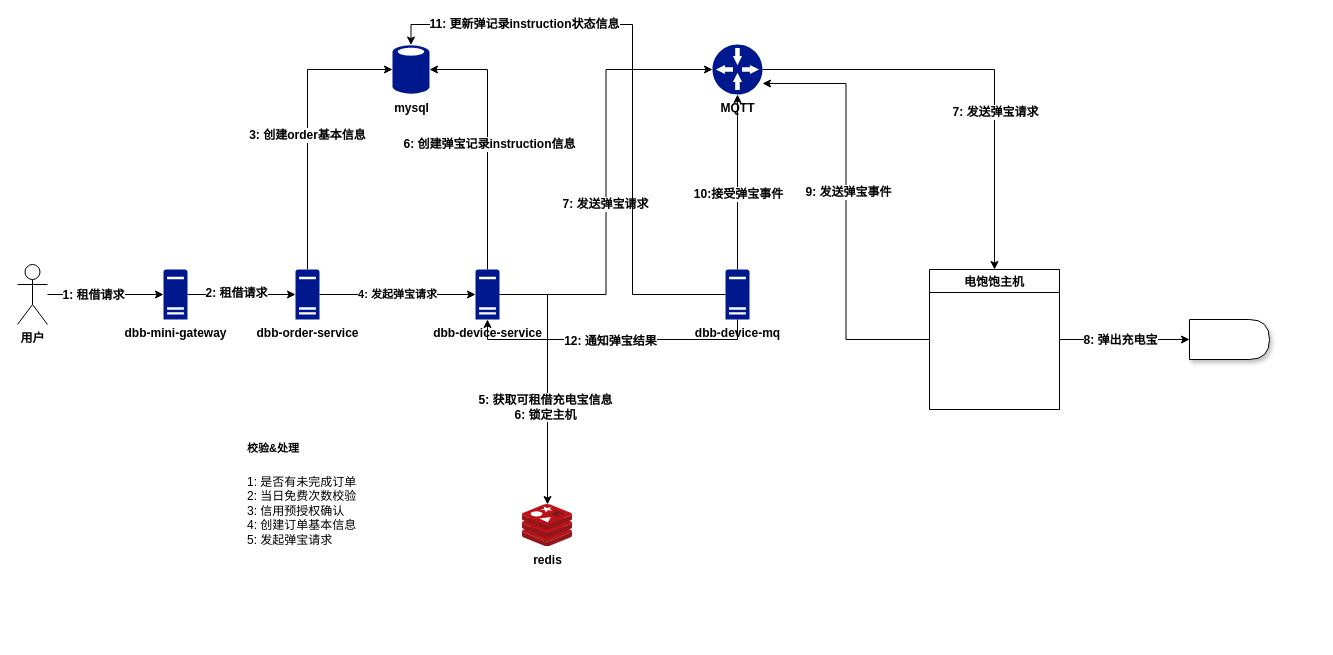
The draw.io diagram dbb work flow.drawio in unmurphy/markdown-photo, before the edit. Source tidied: cells renumbered, new cells numbered last; positions are measured from the earlier drawing's top-left corner, leaving out a move shared by most shapes. Both pictures are drawn from the tidied source at 100%, with x=0, y=0 at pixel (17, 24).
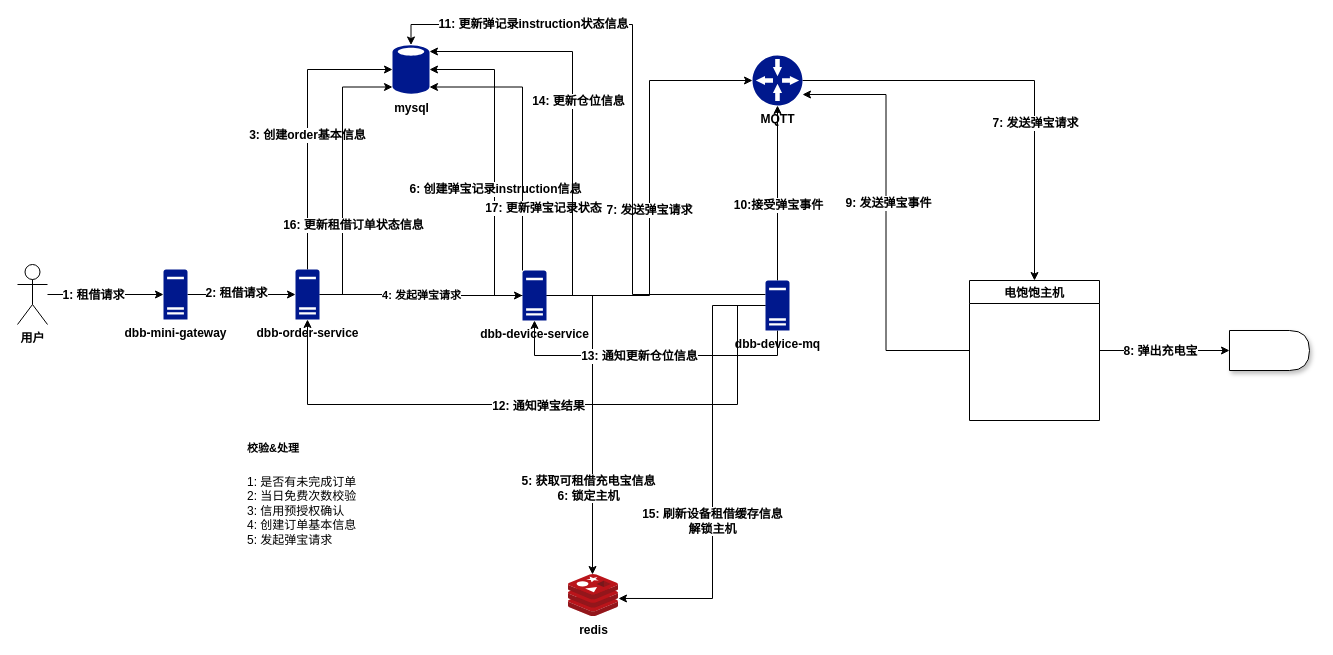
After the change.

The change refers to these unchanged cells:
```xml
<mxCell id="17" value="dbb-order-service" style="shadow=0;dashed=0;html=1;strokeColor=none;labelPosition=center;verticalLabelPosition=bottom;verticalAlign=top;align=center;fillColor=#00188D;shape=mxgraph.mscae.enterprise.server_generic;fontStyle=1;" parent="1" vertex="1">
  <mxGeometry x="278" y="245" width="24" height="50" as="geometry" />
</mxCell>
<mxCell id="28" value="mysql" style="shadow=0;dashed=0;html=1;strokeColor=none;labelPosition=center;verticalLabelPosition=bottom;verticalAlign=top;align=center;fillColor=#00188D;shape=mxgraph.mscae.enterprise.database_generic;fontStyle=1;" parent="1" vertex="1">
  <mxGeometry x="375" y="20" width="37" height="50" as="geometry" />
</mxCell>
```

Change to the diagram source:
```diff
@@
     <mxCell id="10" value="电饱饱主机" style="swimlane;" parent="1" vertex="1">
-      <mxGeometry x="912" y="245" width="130" height="140" as="geometry" />
+      <mxGeometry x="952" y="256" width="130" height="140" as="geometry" />
     </mxCell>
@@
     <mxCell id="13" value="MQTT" style="shadow=0;dashed=0;html=1;strokeColor=none;labelPosition=center;verticalLabelPosition=bottom;verticalAlign=top;align=center;fillColor=#00188D;shape=mxgraph.mscae.enterprise.gateway;fontStyle=1;" parent="1" vertex="1">
-      <mxGeometry x="695" y="20" width="50" height="50" as="geometry" />
+      <mxGeometry x="735" y="31" width="50" height="50" as="geometry" />
     </mxCell>
@@
+    <mxCell id="38" style="edgeStyle=orthogonalEdgeStyle;rounded=0;jettySize=auto;html=1;entryX=0;entryY=0.85;entryDx=0;entryDy=0;entryPerimeter=0;" parent="1" edge="1" source="17" target="28">
+      <mxGeometry relative="1" as="geometry">
+        <Array as="points">
+          <mxPoint x="325" y="270" />
+          <mxPoint x="325" y="63" />
+        </Array>
+      </mxGeometry>
+    </mxCell>
+    <mxCell id="39" value="&lt;b&gt;16: 更新租借订单状态信息&lt;/b&gt;" style="text;html=1;align=center;verticalAlign=middle;labelBackgroundColor=#ffffff;" parent="38" vertex="1">
+      <mxGeometry x="-0.12" relative="1" as="geometry">
+        <mxPoint x="10" y="30" as="offset" />
+      </mxGeometry>
+    </mxCell>
@@
     <mxCell id="18" style="edgeStyle=orthogonalEdgeStyle;rounded=0;jettySize=auto;html=1;entryX=1;entryY=0.5;entryDx=0;entryDy=0;entryPerimeter=0;" parent="1" edge="1" source="24" target="28">
       <mxGeometry relative="1" as="geometry">
         <Array as="points">
-          <mxPoint x="470" y="45" />
+          <mxPoint x="477" y="45" />
         </Array>
       </mxGeometry>
     </mxCell>
     <mxCell id="19" value="6: 创建弹宝记录instruction信息" style="text;html=1;align=center;verticalAlign=middle;labelBackgroundColor=#ffffff;fontStyle=1;" parent="18" vertex="1">
-      <mxGeometry x="-0.02" y="-1" relative="1" as="geometry" />
+      <mxGeometry x="-0.02" y="-1" relative="1" as="geometry">
+        <mxPoint x="-1" y="21" as="offset" />
+      </mxGeometry>
     </mxCell>
     <mxCell id="20" style="edgeStyle=orthogonalEdgeStyle;rounded=0;jettySize=auto;html=1;" parent="1" edge="1" source="24" target="29">
-      <mxGeometry relative="1" as="geometry" />
+      <mxGeometry relative="1" as="geometry">
+        <Array as="points">
+          <mxPoint x="575" y="271" />
+        </Array>
+      </mxGeometry>
     </mxCell>
     <mxCell id="21" value="5: 获取可租借充电宝信息&lt;br&gt;6: 锁定主机" style="text;html=1;align=center;verticalAlign=middle;labelBackgroundColor=#ffffff;fontStyle=1;" parent="20" vertex="1">
-      <mxGeometry x="0.24" y="-3" relative="1" as="geometry" />
+      <mxGeometry x="0.24" y="-3" relative="1" as="geometry">
+        <mxPoint x="-2" y="36" as="offset" />
+      </mxGeometry>
     </mxCell>
@@
+    <mxCell id="40" style="edgeStyle=orthogonalEdgeStyle;rounded=0;jettySize=auto;html=1;entryX=1;entryY=0.85;entryDx=0;entryDy=0;entryPerimeter=0;" parent="1" edge="1" source="24" target="28">
+      <mxGeometry relative="1" as="geometry">
+        <Array as="points">
+          <mxPoint x="505" y="270" />
+          <mxPoint x="505" y="63" />
+        </Array>
+      </mxGeometry>
+    </mxCell>
+    <mxCell id="41" value="17: 更新弹宝记录状态" style="text;html=1;align=center;verticalAlign=middle;labelBackgroundColor=#ffffff;fontStyle=1;" parent="40" vertex="1">
+      <mxGeometry x="-0.6" relative="1" as="geometry">
+        <mxPoint x="20" y="-8" as="offset" />
+      </mxGeometry>
+    </mxCell>
+    <mxCell id="42" style="edgeStyle=orthogonalEdgeStyle;rounded=0;jettySize=auto;html=1;entryX=1;entryY=0.14;entryDx=0;entryDy=0;entryPerimeter=0;" parent="1" edge="1" source="24" target="28">
+      <mxGeometry relative="1" as="geometry">
+        <Array as="points">
+          <mxPoint x="555" y="271" />
+          <mxPoint x="555" y="27" />
+        </Array>
+      </mxGeometry>
+    </mxCell>
+    <mxCell id="43" value="14: 更新仓位信息" style="text;html=1;align=center;verticalAlign=middle;labelBackgroundColor=#ffffff;fontStyle=1;" parent="42" vertex="1">
+      <mxGeometry x="0.07" y="1" relative="1" as="geometry">
+        <mxPoint x="6" as="offset" />
+      </mxGeometry>
+    </mxCell>
     <mxCell id="24" value="dbb-device-service" style="shadow=0;dashed=0;html=1;strokeColor=none;labelPosition=center;verticalLabelPosition=bottom;verticalAlign=top;align=center;fillColor=#00188D;shape=mxgraph.mscae.enterprise.server_generic;fontStyle=1;" parent="1" vertex="1">
-      <mxGeometry x="458" y="245" width="24" height="50" as="geometry" />
+      <mxGeometry x="505" y="246" width="24" height="50" as="geometry" />
     </mxCell>
@@
     <mxCell id="29" value="redis" style="html=1;points=[];align=center;image;fontSize=12;image=img/lib/mscae/Cache_Redis_Product.svg;fontStyle=1;" parent="1" vertex="1">
-      <mxGeometry x="505" y="480" width="50" height="42" as="geometry" />
+      <mxGeometry x="551" y="550" width="50" height="42" as="geometry" />
     </mxCell>
     <mxCell id="30" style="shape=delay;whiteSpace=wrap;html=1;shadow=1;direction=south;rotation=-90;" parent="1" vertex="1">
-      <mxGeometry x="1192" y="275" width="40" height="80" as="geometry" />
+      <mxGeometry x="1232" y="286" width="40" height="80" as="geometry" />
     </mxCell>
@@
-    <mxCell id="35" style="edgeStyle=orthogonalEdgeStyle;rounded=0;jettySize=auto;html=1;entryX=0.5;entryY=1;entryDx=0;entryDy=0;entryPerimeter=0;" parent="1" edge="1" source="37" target="24">
+    <mxCell id="35" style="edgeStyle=orthogonalEdgeStyle;rounded=0;jettySize=auto;html=1;entryX=0.5;entryY=1;entryDx=0;entryDy=0;entryPerimeter=0;" parent="1" edge="1" source="37" target="17">
       <mxGeometry relative="1" as="geometry">
         <Array as="points">
-          <mxPoint x="720" y="315" />
-          <mxPoint x="470" y="315" />
+          <mxPoint x="720" y="380" />
+          <mxPoint x="290" y="380" />
         </Array>
       </mxGeometry>
     </mxCell>
@@
+    <mxCell id="44" style="edgeStyle=orthogonalEdgeStyle;rounded=0;jettySize=auto;html=1;entryX=0.5;entryY=1;entryDx=0;entryDy=0;entryPerimeter=0;" parent="1" edge="1" source="37" target="24">
+      <mxGeometry relative="1" as="geometry">
+        <Array as="points">
+          <mxPoint x="760" y="331" />
+          <mxPoint x="517" y="331" />
+        </Array>
+      </mxGeometry>
+    </mxCell>
+    <mxCell id="45" value="13: 通知更新仓位信息" style="text;html=1;align=center;verticalAlign=middle;labelBackgroundColor=#ffffff;fontStyle=1;" parent="44" vertex="1">
+      <mxGeometry x="0.08" relative="1" as="geometry" />
+    </mxCell>
+    <mxCell id="46" style="edgeStyle=orthogonalEdgeStyle;rounded=0;jettySize=auto;html=1;entryX=1;entryY=0.571;entryDx=0;entryDy=0;entryPerimeter=0;" parent="1" edge="1" source="37" target="29">
+      <mxGeometry relative="1" as="geometry">
+        <Array as="points">
+          <mxPoint x="695" y="281" />
+          <mxPoint x="695" y="574" />
+        </Array>
+      </mxGeometry>
+    </mxCell>
+    <mxCell id="47" value="15: 刷新设备租借缓存信息&lt;br&gt;解锁主机" style="text;html=1;align=center;verticalAlign=middle;labelBackgroundColor=#ffffff;fontStyle=1;" parent="46" vertex="1">
+      <mxGeometry x="0.22" y="-1" relative="1" as="geometry" />
+    </mxCell>
     <mxCell id="37" value="dbb-device-mq" style="shadow=0;dashed=0;html=1;strokeColor=none;labelPosition=center;verticalLabelPosition=bottom;verticalAlign=top;align=center;fillColor=#00188D;shape=mxgraph.mscae.enterprise.server_generic;fontStyle=1;" parent="1" vertex="1">
-      <mxGeometry x="708" y="245" width="24" height="50" as="geometry" />
+      <mxGeometry x="748" y="256" width="24" height="50" as="geometry" />
     </mxCell>
```
